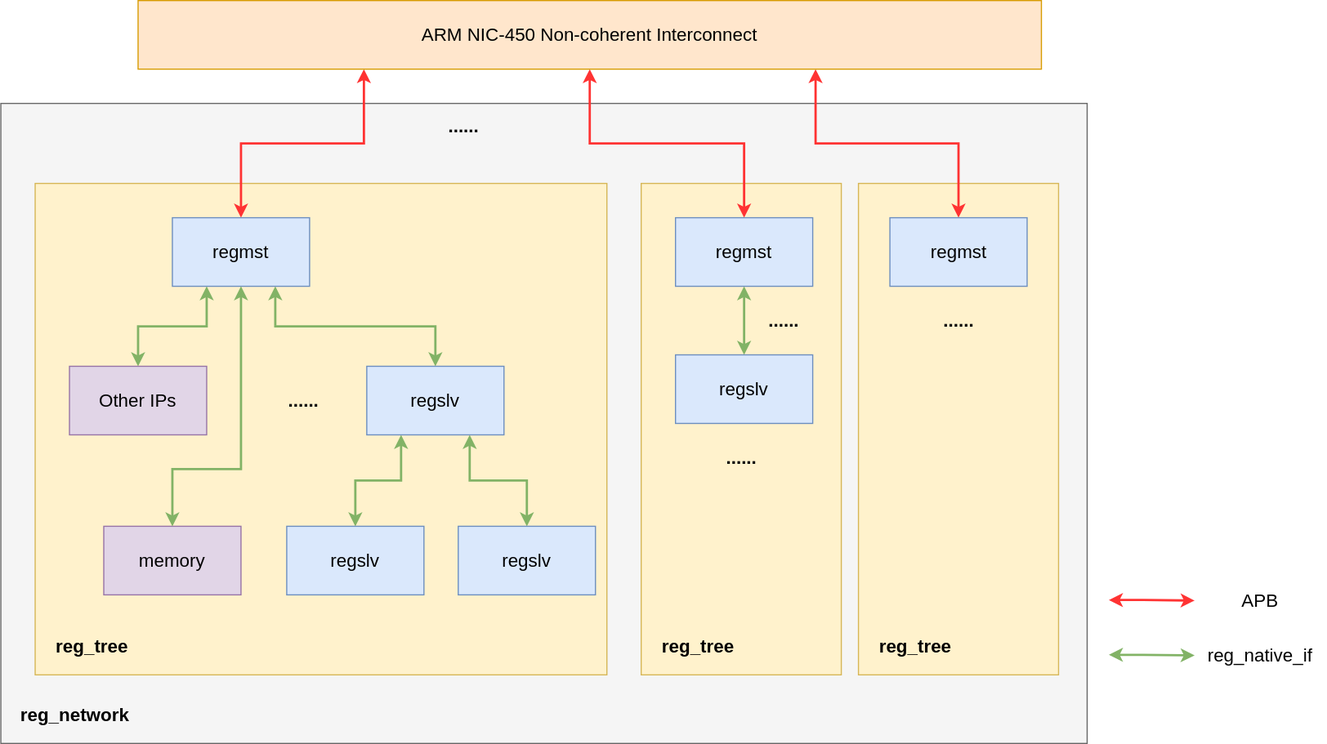
Above: docs/pics/reg_network.svg in howsayhao/hj_reg_auto (draw.io), before the change. Source tidied: cells renumbered, new cells last; positions are measured from the earlier drawing's top-left corner, leaving out a move shared by most shapes.
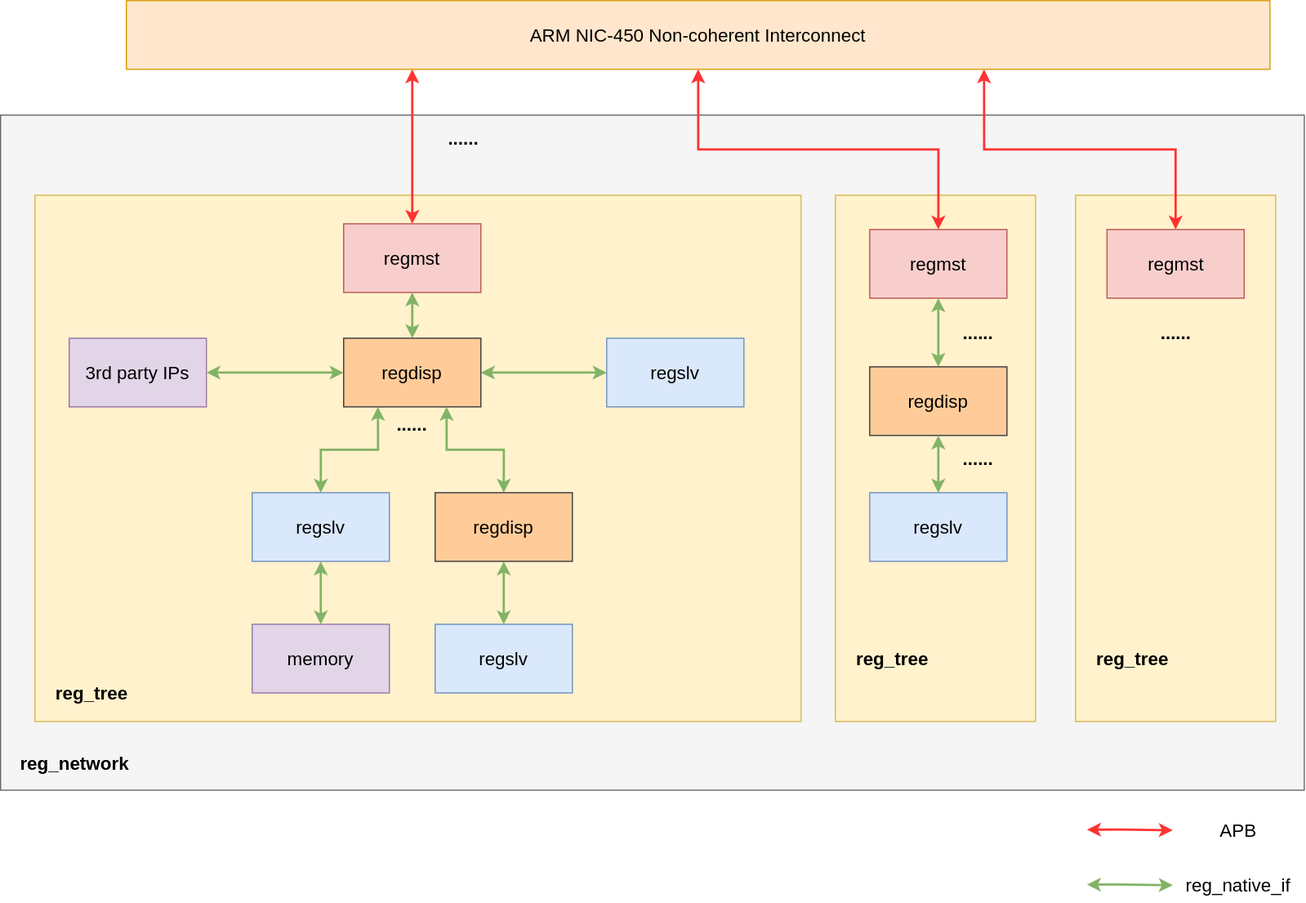
After the change.

What changed in the source:
```diff
@@ -3,16 +3,16 @@
     <mxCell id="0" />
     <mxCell id="1" parent="0" />
     <mxCell id="2" style="rounded=0;whiteSpace=wrap;html=1;fontSize=16;fillColor=#f5f5f5;fontColor=#333333;strokeColor=#666666;" parent="1" vertex="1">
-      <mxGeometry y="90" width="950" height="560" as="geometry" />
+      <mxGeometry x="480" y="140" width="1140" height="590" as="geometry" />
     </mxCell>
+    <mxCell id="40" style="group;fillColor=#fff2cc;strokeColor=#d6b656;" parent="1" vertex="1">
+      <mxGeometry x="1210" y="210" width="175" height="460" as="geometry" />
+    </mxCell>
     <mxCell id="3" style="rounded=0;whiteSpace=wrap;html=1;fontSize=16;fillColor=#fff2cc;strokeColor=#d6b656;" parent="1" vertex="1">
-      <mxGeometry x="750" y="160" width="175" height="430" as="geometry" />
+      <mxGeometry x="1420" y="210" width="175" height="460" as="geometry" />
     </mxCell>
-    <mxCell id="4" style="rounded=0;whiteSpace=wrap;html=1;fontSize=16;fillColor=#fff2cc;strokeColor=#d6b656;" parent="1" vertex="1">
-      <mxGeometry x="560" y="160" width="175" height="430" as="geometry" />
-    </mxCell>
     <mxCell id="5" style="rounded=0;whiteSpace=wrap;html=1;fontSize=16;fillColor=#fff2cc;strokeColor=#d6b656;" parent="1" vertex="1">
-      <mxGeometry x="30" y="160" width="500" height="430" as="geometry" />
+      <mxGeometry x="510" y="210" width="670" height="460" as="geometry" />
     </mxCell>
     <mxCell id="6" style="edgeStyle=orthogonalEdgeStyle;html=1;exitX=0.25;exitY=1;exitDx=0;exitDy=0;rounded=0;entryX=0.5;entryY=0;entryDx=0;entryDy=0;strokeWidth=2;strokeColor=#FF3333;fontStyle=0;fontSize=16;startArrow=classic;startFill=1;" parent="1" edge="1" source="9" target="12">
       <mxGeometry relative="1" as="geometry" />
@@ -24,28 +24,19 @@
       <mxGeometry relative="1" as="geometry" />
     </mxCell>
     <mxCell id="9" value="&lt;span style=&quot;font-size: 16px&quot;&gt;ARM NIC-450 Non-coherent Interconnect&lt;/span&gt;" style="rounded=0;whiteSpace=wrap;html=1;fillColor=#ffe6cc;strokeColor=#d79b00;fontStyle=0;fontSize=16;" parent="1" vertex="1">
-      <mxGeometry x="120" width="790" height="60" as="geometry" />
+      <mxGeometry x="590" y="40" width="1000" height="60" as="geometry" />
     </mxCell>
-    <mxCell id="10" style="edgeStyle=orthogonalEdgeStyle;rounded=0;html=1;exitX=0.75;exitY=1;exitDx=0;exitDy=0;entryX=0.5;entryY=0;entryDx=0;entryDy=0;fontSize=16;startArrow=classic;startFill=1;strokeColor=#82b366;strokeWidth=2;fillColor=#d5e8d4;" parent="1" edge="1" source="12" target="19">
+    <mxCell id="10" style="edgeStyle=orthogonalEdgeStyle;rounded=0;html=1;exitX=0.5;exitY=1;exitDx=0;exitDy=0;startArrow=classic;startFill=1;strokeWidth=2;fillColor=#d5e8d4;strokeColor=#82b366;entryX=0.5;entryY=0;entryDx=0;entryDy=0;" parent="1" edge="1" source="12" target="19">
       <mxGeometry relative="1" as="geometry" />
     </mxCell>
-    <mxCell id="11" style="edgeStyle=orthogonalEdgeStyle;rounded=0;html=1;exitX=0.25;exitY=1;exitDx=0;exitDy=0;fontSize=16;startArrow=classic;startFill=1;strokeColor=#82b366;strokeWidth=2;fillColor=#d5e8d4;" parent="1" edge="1" source="12" target="16">
-      <mxGeometry relative="1" as="geometry" />
-    </mxCell>
-    <mxCell id="12" value="regmst" style="rounded=0;whiteSpace=wrap;html=1;fillColor=#dae8fc;strokeColor=#6c8ebf;fontStyle=0;fontSize=16;" parent="1" vertex="1">
-      <mxGeometry x="150" y="190" width="120" height="60" as="geometry" />
+    <mxCell id="12" value="regmst" style="rounded=0;whiteSpace=wrap;html=1;fillColor=#f8cecc;strokeColor=#b85450;fontStyle=0;fontSize=16;" parent="1" vertex="1">
+      <mxGeometry x="780" y="235" width="120" height="60" as="geometry" />
     </mxCell>
-    <mxCell id="13" style="edgeStyle=orthogonalEdgeStyle;rounded=0;html=1;exitX=0.5;exitY=1;exitDx=0;exitDy=0;entryX=0.5;entryY=0;entryDx=0;entryDy=0;fontSize=16;startArrow=classic;startFill=1;strokeColor=#82b366;strokeWidth=2;fillColor=#d5e8d4;" parent="1" edge="1" source="14" target="22">
-      <mxGeometry relative="1" as="geometry" />
-    </mxCell>
-    <mxCell id="14" value="regmst" style="rounded=0;whiteSpace=wrap;html=1;fillColor=#dae8fc;strokeColor=#6c8ebf;fontStyle=0;fontSize=16;" parent="1" vertex="1">
-      <mxGeometry x="590" y="190" width="120" height="60" as="geometry" />
-    </mxCell>
-    <mxCell id="15" value="regmst" style="rounded=0;whiteSpace=wrap;html=1;fillColor=#dae8fc;strokeColor=#6c8ebf;fontStyle=0;fontSize=16;" parent="1" vertex="1">
-      <mxGeometry x="777.5" y="190" width="120" height="60" as="geometry" />
+    <mxCell id="15" value="regmst" style="rounded=0;whiteSpace=wrap;html=1;fillColor=#f8cecc;strokeColor=#b85450;fontStyle=0;fontSize=16;" parent="1" vertex="1">
+      <mxGeometry x="1447.5" y="240" width="120" height="60" as="geometry" />
     </mxCell>
-    <mxCell id="16" value="Other IPs" style="rounded=0;whiteSpace=wrap;html=1;fontStyle=0;fontSize=16;fillColor=#e1d5e7;strokeColor=#9673a6;" parent="1" vertex="1">
-      <mxGeometry x="60" y="320" width="120" height="60" as="geometry" />
+    <mxCell id="16" value="3rd party IPs" style="rounded=0;whiteSpace=wrap;html=1;fontStyle=0;fontSize=16;fillColor=#e1d5e7;strokeColor=#9673a6;" parent="1" vertex="1">
+      <mxGeometry x="540" y="335" width="120" height="60" as="geometry" />
     </mxCell>
     <mxCell id="17" style="edgeStyle=orthogonalEdgeStyle;rounded=0;html=1;exitX=0.25;exitY=1;exitDx=0;exitDy=0;fontSize=16;startArrow=classic;startFill=1;strokeColor=#82b366;strokeWidth=2;entryX=0.5;entryY=0;entryDx=0;entryDy=0;fillColor=#d5e8d4;" parent="1" edge="1" source="19" target="23">
       <mxGeometry relative="1" as="geometry" />
@@ -53,35 +44,38 @@
     <mxCell id="18" style="edgeStyle=orthogonalEdgeStyle;rounded=0;html=1;exitX=0.75;exitY=1;exitDx=0;exitDy=0;entryX=0.5;entryY=0;entryDx=0;entryDy=0;fontSize=16;startArrow=classic;startFill=1;strokeColor=#82b366;strokeWidth=2;fillColor=#d5e8d4;" parent="1" edge="1" source="19" target="24">
       <mxGeometry relative="1" as="geometry" />
     </mxCell>
+    <mxCell id="41" style="edgeStyle=orthogonalEdgeStyle;rounded=0;html=1;exitX=1;exitY=0.5;exitDx=0;exitDy=0;fontSize=16;startArrow=classic;startFill=1;strokeWidth=2;fillColor=#d5e8d4;strokeColor=#82b366;" parent="1" edge="1" source="19" target="48">
+      <mxGeometry relative="1" as="geometry" />
+    </mxCell>
+    <mxCell id="42" style="edgeStyle=orthogonalEdgeStyle;rounded=0;html=1;exitX=0;exitY=0.5;exitDx=0;exitDy=0;entryX=1;entryY=0.5;entryDx=0;entryDy=0;fontSize=16;startArrow=classic;startFill=1;strokeWidth=2;fillColor=#d5e8d4;strokeColor=#82b366;" parent="1" edge="1" source="19" target="16">
+      <mxGeometry relative="1" as="geometry" />
+    </mxCell>
-    <mxCell id="19" value="regslv" style="rounded=0;whiteSpace=wrap;html=1;fillColor=#dae8fc;strokeColor=#6c8ebf;fontStyle=0;fontSize=16;" parent="1" vertex="1">
-      <mxGeometry x="320" y="320" width="120" height="60" as="geometry" />
+    <mxCell id="19" value="regdisp" style="rounded=0;whiteSpace=wrap;html=1;fillColor=#ffcc99;strokeColor=#36393d;fontStyle=0;fontSize=16;" parent="1" vertex="1">
+      <mxGeometry x="780" y="335" width="120" height="60" as="geometry" />
     </mxCell>
     <mxCell id="20" value="&lt;font style=&quot;font-size: 16px;&quot;&gt;&lt;span style=&quot;font-size: 16px;&quot;&gt;......&lt;/span&gt;&lt;/font&gt;" style="text;html=1;strokeColor=none;fillColor=none;align=center;verticalAlign=middle;whiteSpace=wrap;rounded=0;fontStyle=1;fontSize=16;" parent="1" vertex="1">
-      <mxGeometry x="240" y="340" width="50" height="20" as="geometry" />
+      <mxGeometry x="815" y="400" width="50" height="20" as="geometry" />
     </mxCell>
     <mxCell id="21" value="&lt;font style=&quot;font-size: 16px;&quot;&gt;&lt;span style=&quot;font-size: 16px;&quot;&gt;......&lt;/span&gt;&lt;/font&gt;" style="text;html=1;strokeColor=none;fillColor=none;align=center;verticalAlign=middle;whiteSpace=wrap;rounded=0;fontStyle=1;fontSize=16;" parent="1" vertex="1">
-      <mxGeometry x="380" y="100" width="50" height="20" as="geometry" />
+      <mxGeometry x="860" y="150" width="50" height="20" as="geometry" />
     </mxCell>
-    <mxCell id="22" value="regslv" style="rounded=0;whiteSpace=wrap;html=1;fillColor=#dae8fc;strokeColor=#6c8ebf;fontStyle=0;fontSize=16;" parent="1" vertex="1">
-      <mxGeometry x="590" y="310" width="120" height="60" as="geometry" />
-    </mxCell>
+    <mxCell id="43" style="edgeStyle=orthogonalEdgeStyle;rounded=0;html=1;exitX=0.5;exitY=1;exitDx=0;exitDy=0;fontSize=16;startArrow=classic;startFill=1;strokeWidth=2;fillColor=#d5e8d4;strokeColor=#82b366;" parent="1" edge="1" source="23" target="38">
+      <mxGeometry relative="1" as="geometry" />
+    </mxCell>
     <mxCell id="23" value="regslv" style="rounded=0;whiteSpace=wrap;html=1;fillColor=#dae8fc;strokeColor=#6c8ebf;fontStyle=0;fontSize=16;" parent="1" vertex="1">
-      <mxGeometry x="250" y="460" width="120" height="60" as="geometry" />
+      <mxGeometry x="700" y="470" width="120" height="60" as="geometry" />
     </mxCell>
+    <mxCell id="44" style="edgeStyle=orthogonalEdgeStyle;rounded=0;html=1;startArrow=classic;startFill=1;strokeWidth=2;fillColor=#d5e8d4;strokeColor=#82b366;" parent="1" edge="1" source="24" target="45">
+      <mxGeometry relative="1" as="geometry" />
+    </mxCell>
-    <mxCell id="24" value="regslv" style="rounded=0;whiteSpace=wrap;html=1;fillColor=#dae8fc;strokeColor=#6c8ebf;fontStyle=0;fontSize=16;" parent="1" vertex="1">
-      <mxGeometry x="400" y="460" width="120" height="60" as="geometry" />
+    <mxCell id="24" value="regdisp" style="rounded=0;whiteSpace=wrap;html=1;fillColor=#ffcc99;strokeColor=#36393d;fontStyle=0;fontSize=16;" parent="1" vertex="1">
+      <mxGeometry x="860" y="470" width="120" height="60" as="geometry" />
     </mxCell>
-    <mxCell id="25" value="&lt;font style=&quot;font-size: 16px;&quot;&gt;&lt;span style=&quot;font-size: 16px;&quot;&gt;......&lt;/span&gt;&lt;/font&gt;" style="text;html=1;strokeColor=none;fillColor=none;align=center;verticalAlign=middle;whiteSpace=wrap;rounded=0;fontStyle=1;fontSize=16;" parent="1" vertex="1">
-      <mxGeometry x="622.5" y="390" width="50" height="20" as="geometry" />
-    </mxCell>
     <mxCell id="26" value="&lt;font style=&quot;font-size: 16px;&quot;&gt;&lt;span style=&quot;font-size: 16px;&quot;&gt;......&lt;/span&gt;&lt;/font&gt;" style="text;html=1;strokeColor=none;fillColor=none;align=center;verticalAlign=middle;whiteSpace=wrap;rounded=0;fontStyle=1;fontSize=16;" parent="1" vertex="1">
-      <mxGeometry x="812.5" y="270" width="50" height="20" as="geometry" />
+      <mxGeometry x="1482.5" y="320" width="50" height="20" as="geometry" />
     </mxCell>
-    <mxCell id="27" value="&lt;font style=&quot;font-size: 16px;&quot;&gt;&lt;span style=&quot;font-size: 16px;&quot;&gt;......&lt;/span&gt;&lt;/font&gt;" style="text;html=1;strokeColor=none;fillColor=none;align=center;verticalAlign=middle;whiteSpace=wrap;rounded=0;fontStyle=1;fontSize=16;" parent="1" vertex="1">
-      <mxGeometry x="660" y="270" width="50" height="20" as="geometry" />
-    </mxCell>
     <mxCell id="28" style="group;fontSize=16;" parent="1" vertex="1">
-      <mxGeometry x="999" y="510" width="160" height="30" as="geometry" />
+      <mxGeometry x="1460" y="750" width="160" height="30" as="geometry" />
     </mxCell>
     <mxCell id="29" style="edgeStyle=orthogonalEdgeStyle;html=1;rounded=0;strokeWidth=2;strokeColor=#FF3333;fontStyle=0;fontSize=16;startArrow=classic;startFill=1;fillColor=#d5e8d4;" parent="28" edge="1">
       <mxGeometry relative="1" as="geometry">
@@ -97,16 +91,13 @@
       <mxGeometry x="45" width="115" height="30" as="geometry" />
     </mxCell>
     <mxCell id="31" value="reg_tree" style="text;html=1;strokeColor=none;fillColor=none;align=center;verticalAlign=middle;whiteSpace=wrap;rounded=0;fontSize=16;fontStyle=1;" parent="1" vertex="1">
-      <mxGeometry x="40" y="550" width="80" height="30" as="geometry" />
+      <mxGeometry x="520" y="630" width="80" height="30" as="geometry" />
     </mxCell>
-    <mxCell id="32" value="reg_tree" style="text;html=1;strokeColor=none;fillColor=none;align=center;verticalAlign=middle;whiteSpace=wrap;rounded=0;fontSize=16;fontStyle=1;" parent="1" vertex="1">
-      <mxGeometry x="570" y="550" width="80" height="30" as="geometry" />
-    </mxCell>
     <mxCell id="33" value="reg_tree" style="text;html=1;strokeColor=none;fillColor=none;align=center;verticalAlign=middle;whiteSpace=wrap;rounded=0;fontSize=16;fontStyle=1;" parent="1" vertex="1">
-      <mxGeometry x="760" y="550" width="80" height="30" as="geometry" />
+      <mxGeometry x="1430" y="600" width="80" height="30" as="geometry" />
     </mxCell>
     <mxCell id="34" style="group;fontSize=16;" parent="1" vertex="1">
-      <mxGeometry x="999" y="558" width="160" height="30" as="geometry" />
+      <mxGeometry x="1460" y="798" width="160" height="30" as="geometry" />
     </mxCell>
     <mxCell id="35" style="edgeStyle=orthogonalEdgeStyle;html=1;rounded=0;strokeWidth=2;strokeColor=#82b366;fontStyle=0;fontSize=16;startArrow=classic;startFill=1;fillColor=#d5e8d4;" parent="34" edge="1">
       <mxGeometry relative="1" as="geometry">
@@ -122,18 +113,40 @@
       <mxGeometry x="45" width="115" height="30" as="geometry" />
     </mxCell>
     <mxCell id="37" value="reg_network" style="text;html=1;strokeColor=none;fillColor=none;align=center;verticalAlign=middle;whiteSpace=wrap;rounded=0;fontSize=16;fontStyle=1;" parent="1" vertex="1">
-      <mxGeometry x="10" y="610" width="110" height="30" as="geometry" />
+      <mxGeometry x="490" y="692" width="110" height="30" as="geometry" />
     </mxCell>
     <mxCell id="38" value="memory" style="rounded=0;whiteSpace=wrap;html=1;fontStyle=0;fontSize=16;fillColor=#e1d5e7;strokeColor=#9673a6;" parent="1" vertex="1">
-      <mxGeometry x="90" y="460" width="120" height="60" as="geometry" />
+      <mxGeometry x="700" y="585" width="120" height="60" as="geometry" />
     </mxCell>
-    <mxCell id="39" style="edgeStyle=orthogonalEdgeStyle;rounded=0;html=1;exitX=0.5;exitY=1;exitDx=0;exitDy=0;entryX=0.5;entryY=0;entryDx=0;entryDy=0;fontSize=16;startArrow=classic;startFill=1;strokeColor=#82b366;strokeWidth=2;fillColor=#d5e8d4;" parent="1" edge="1" source="12" target="38">
-      <mxGeometry relative="1" as="geometry">
-        <Array as="points">
-          <mxPoint x="210" y="410" />
-          <mxPoint x="150" y="410" />
-        </Array>
-      </mxGeometry>
-    </mxCell>
+    <mxCell id="45" value="regslv" style="rounded=0;whiteSpace=wrap;html=1;fillColor=#dae8fc;strokeColor=#6c8ebf;fontStyle=0;fontSize=16;" parent="1" vertex="1">
+      <mxGeometry x="860" y="585" width="120" height="60" as="geometry" />
+    </mxCell>
+    <mxCell id="14" value="regmst" style="rounded=0;whiteSpace=wrap;html=1;fillColor=#f8cecc;strokeColor=#b85450;fontStyle=0;fontSize=16;" parent="1" vertex="1">
+      <mxGeometry x="1240" y="240" width="120" height="60" as="geometry" />
+    </mxCell>
+    <mxCell id="22" value="regdisp" style="rounded=0;whiteSpace=wrap;html=1;fillColor=#ffcc99;strokeColor=#36393d;fontStyle=0;fontSize=16;" parent="1" vertex="1">
+      <mxGeometry x="1240" y="360" width="120" height="60" as="geometry" />
+    </mxCell>
+    <mxCell id="13" style="edgeStyle=orthogonalEdgeStyle;rounded=0;html=1;exitX=0.5;exitY=1;exitDx=0;exitDy=0;entryX=0.5;entryY=0;entryDx=0;entryDy=0;fontSize=16;startArrow=classic;startFill=1;strokeColor=#82b366;strokeWidth=2;fillColor=#d5e8d4;" parent="1" edge="1" source="14" target="22">
+      <mxGeometry relative="1" as="geometry" />
+    </mxCell>
+    <mxCell id="25" value="&lt;font style=&quot;font-size: 16px;&quot;&gt;&lt;span style=&quot;font-size: 16px;&quot;&gt;......&lt;/span&gt;&lt;/font&gt;" style="text;html=1;strokeColor=none;fillColor=none;align=center;verticalAlign=middle;whiteSpace=wrap;rounded=0;fontStyle=1;fontSize=16;" parent="1" vertex="1">
+      <mxGeometry x="1310" y="430" width="50" height="20" as="geometry" />
+    </mxCell>
+    <mxCell id="27" value="&lt;font style=&quot;font-size: 16px;&quot;&gt;&lt;span style=&quot;font-size: 16px;&quot;&gt;......&lt;/span&gt;&lt;/font&gt;" style="text;html=1;strokeColor=none;fillColor=none;align=center;verticalAlign=middle;whiteSpace=wrap;rounded=0;fontStyle=1;fontSize=16;" parent="1" vertex="1">
+      <mxGeometry x="1310" y="320" width="50" height="20" as="geometry" />
+    </mxCell>
+    <mxCell id="32" value="reg_tree" style="text;html=1;strokeColor=none;fillColor=none;align=center;verticalAlign=middle;whiteSpace=wrap;rounded=0;fontSize=16;fontStyle=1;" parent="1" vertex="1">
+      <mxGeometry x="1220" y="600" width="80" height="30" as="geometry" />
+    </mxCell>
+    <mxCell id="46" value="regslv" style="rounded=0;whiteSpace=wrap;html=1;fillColor=#dae8fc;strokeColor=#6c8ebf;fontStyle=0;fontSize=16;" parent="1" vertex="1">
+      <mxGeometry x="1240" y="470" width="120" height="60" as="geometry" />
+    </mxCell>
+    <mxCell id="47" style="edgeStyle=orthogonalEdgeStyle;rounded=0;html=1;exitX=0.5;exitY=1;exitDx=0;exitDy=0;fontSize=16;startArrow=classic;startFill=1;strokeColor=#82b366;strokeWidth=2;fillColor=#d5e8d4;entryX=0.5;entryY=0;entryDx=0;entryDy=0;" parent="1" edge="1" source="22" target="46">
+      <mxGeometry relative="1" as="geometry" />
+    </mxCell>
+    <mxCell id="48" value="regslv" style="rounded=0;whiteSpace=wrap;html=1;fillColor=#dae8fc;strokeColor=#6c8ebf;fontStyle=0;fontSize=16;" parent="1" vertex="1">
+      <mxGeometry x="1010" y="335" width="120" height="60" as="geometry" />
+    </mxCell>
   </root>
 </mxGraphModel>
```
